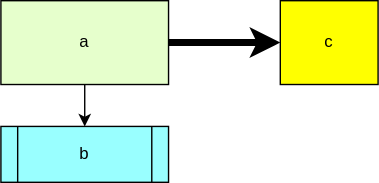
franck-decaux/tests keeps this draw.io diagram as drawio-vscode/schema.drawio.svg. Above is the earlier version. Source tidied: cells renumbered, new cells last; positions are measured from the earlier drawing's top-left corner, leaving out a move shared by most shapes.
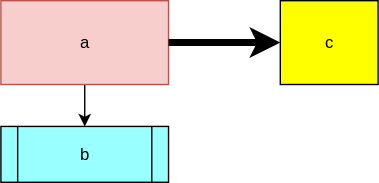
Later version of the same file.

Commit message:
Mettre à jour schema.drawio.svg

What changed in the source:
```diff
@@ -5,7 +5,7 @@
     <mxCell id="2" style="edgeStyle=none;html=1;exitX=0.5;exitY=1;exitDx=0;exitDy=0;entryX=0.5;entryY=0;entryDx=0;entryDy=0;" parent="1" edge="1" source="3" target="6">
       <mxGeometry relative="1" as="geometry" />
     </mxCell>
-    <mxCell id="3" value="a" style="rounded=0;whiteSpace=wrap;html=1;fillColor=#E6FFCC;" parent="1" vertex="1">
+    <mxCell id="3" value="a" style="rounded=0;whiteSpace=wrap;html=1;fillColor=#f8cecc;strokeColor=#b85450;" parent="1" vertex="1">
       <mxGeometry width="120" height="60" as="geometry" />
     </mxCell>
     <mxCell id="4" value="c" style="rounded=0;whiteSpace=wrap;html=1;fillColor=#FFFF00;" parent="1" vertex="1">
```
